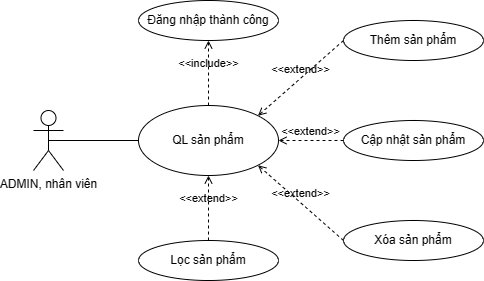
hieuNV0871/da keeps this draw.io diagram as UC/imgs/UC_QUANLYSANPHAM.drawio.png. Above is the earlier version. Source tidied: cells renumbered, new cells last; positions are measured from the earlier drawing's top-left corner, leaving out a move shared by most shapes. Source of this version:
```xml
<mxGraphModel>
  <root>
    <mxCell id="0" />
    <mxCell id="1" parent="0" />
    <mxCell id="2" value="ADMIN, nhân viên" style="shape=umlActor;verticalLabelPosition=bottom;verticalAlign=top;html=1;" parent="1" vertex="1">
      <mxGeometry y="110" width="30" height="60" as="geometry" />
    </mxCell>
    <mxCell id="3" value="QL sản phẩm" style="ellipse;whiteSpace=wrap;html=1;" parent="1" vertex="1">
      <mxGeometry x="105" y="105" width="140" height="70" as="geometry" />
    </mxCell>
    <mxCell id="4" value="Đăng nhập thành công" style="ellipse;whiteSpace=wrap;html=1;" parent="1" vertex="1">
      <mxGeometry x="105" width="140" height="40" as="geometry" />
    </mxCell>
    <mxCell id="5" value="Thêm sản phẩm" style="ellipse;whiteSpace=wrap;html=1;" parent="1" vertex="1">
      <mxGeometry x="310" y="20" width="140" height="40" as="geometry" />
    </mxCell>
    <mxCell id="6" value="Xóa sản phẩm" style="ellipse;whiteSpace=wrap;html=1;" parent="1" vertex="1">
      <mxGeometry x="310" y="220" width="140" height="40" as="geometry" />
    </mxCell>
    <mxCell id="7" value="Cập nhật sản phẩm" style="ellipse;whiteSpace=wrap;html=1;" parent="1" vertex="1">
      <mxGeometry x="310" y="120" width="140" height="40" as="geometry" />
    </mxCell>
    <mxCell id="8" value="&amp;lt;&amp;lt;extend&amp;gt;&amp;gt;" style="html=1;verticalAlign=bottom;labelBackgroundColor=none;endArrow=open;endFill=0;dashed=1;rounded=0;entryX=1;entryY=0;entryDx=0;entryDy=0;exitX=0;exitY=0.5;exitDx=0;exitDy=0;" parent="1" edge="1" source="5" target="3">
      <mxGeometry relative="1" as="geometry" />
    </mxCell>
    <mxCell id="9" value="&amp;lt;&amp;lt;extend&amp;gt;&amp;gt;" style="html=1;verticalAlign=bottom;labelBackgroundColor=none;endArrow=open;endFill=0;dashed=1;rounded=0;entryX=1;entryY=0.5;entryDx=0;entryDy=0;exitX=0;exitY=0.5;exitDx=0;exitDy=0;" parent="1" edge="1" source="7" target="3">
      <mxGeometry relative="1" as="geometry" />
    </mxCell>
    <mxCell id="10" value="&amp;lt;&amp;lt;extend&amp;gt;&amp;gt;" style="html=1;verticalAlign=bottom;labelBackgroundColor=none;endArrow=open;endFill=0;dashed=1;rounded=0;entryX=1;entryY=1;entryDx=0;entryDy=0;exitX=0;exitY=0.5;exitDx=0;exitDy=0;" parent="1" edge="1" source="6" target="3">
      <mxGeometry relative="1" as="geometry" />
    </mxCell>
    <mxCell id="11" value="&amp;lt;&amp;lt;include&amp;gt;&amp;gt;" style="html=1;verticalAlign=bottom;labelBackgroundColor=none;endArrow=open;endFill=0;dashed=1;rounded=0;exitX=0.5;exitY=0;exitDx=0;exitDy=0;entryX=0.5;entryY=1;entryDx=0;entryDy=0;" parent="1" edge="1" source="3" target="4">
      <mxGeometry relative="1" as="geometry" />
    </mxCell>
    <mxCell id="12" style="endArrow=none;html=1;rounded=0;exitX=0.5;exitY=0.5;exitDx=0;exitDy=0;exitPerimeter=0;entryX=0;entryY=0.5;entryDx=0;entryDy=0;" parent="1" edge="1" source="2" target="3">
      <mxGeometry relative="1" as="geometry" />
    </mxCell>
    <mxCell id="13" value="Lọc sản phẩm" style="ellipse;whiteSpace=wrap;html=1;" parent="1" vertex="1">
      <mxGeometry x="105" y="240" width="140" height="40" as="geometry" />
    </mxCell>
    <mxCell id="14" value="&amp;lt;&amp;lt;extend&amp;gt;&amp;gt;" style="html=1;verticalAlign=bottom;labelBackgroundColor=none;endArrow=open;endFill=0;dashed=1;rounded=0;entryX=0.5;entryY=1;entryDx=0;entryDy=0;exitX=0.5;exitY=0;exitDx=0;exitDy=0;" parent="1" edge="1" source="13" target="3">
      <mxGeometry relative="1" as="geometry" />
    </mxCell>
  </root>
</mxGraphModel>
```
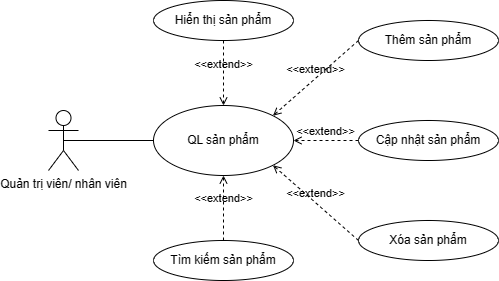
After the commit.

Change to the diagram source:
```diff
@@ -2,15 +2,12 @@
   <root>
     <mxCell id="0" />
     <mxCell id="1" parent="0" />
-    <mxCell id="2" value="ADMIN, nhân viên" style="shape=umlActor;verticalLabelPosition=bottom;verticalAlign=top;html=1;" parent="1" vertex="1">
+    <mxCell id="2" value="Quản trị viên/ nhân viên" style="shape=umlActor;verticalLabelPosition=bottom;verticalAlign=top;html=1;" parent="1" vertex="1">
       <mxGeometry y="110" width="30" height="60" as="geometry" />
     </mxCell>
     <mxCell id="3" value="QL sản phẩm" style="ellipse;whiteSpace=wrap;html=1;" parent="1" vertex="1">
       <mxGeometry x="105" y="105" width="140" height="70" as="geometry" />
     </mxCell>
-    <mxCell id="4" value="Đăng nhập thành công" style="ellipse;whiteSpace=wrap;html=1;" parent="1" vertex="1">
-      <mxGeometry x="105" width="140" height="40" as="geometry" />
-    </mxCell>
     <mxCell id="5" value="Thêm sản phẩm" style="ellipse;whiteSpace=wrap;html=1;" parent="1" vertex="1">
       <mxGeometry x="310" y="20" width="140" height="40" as="geometry" />
     </mxCell>
@@ -29,17 +26,20 @@
     <mxCell id="10" value="&amp;lt;&amp;lt;extend&amp;gt;&amp;gt;" style="html=1;verticalAlign=bottom;labelBackgroundColor=none;endArrow=open;endFill=0;dashed=1;rounded=0;entryX=1;entryY=1;entryDx=0;entryDy=0;exitX=0;exitY=0.5;exitDx=0;exitDy=0;" parent="1" edge="1" source="6" target="3">
       <mxGeometry relative="1" as="geometry" />
     </mxCell>
-    <mxCell id="11" value="&amp;lt;&amp;lt;include&amp;gt;&amp;gt;" style="html=1;verticalAlign=bottom;labelBackgroundColor=none;endArrow=open;endFill=0;dashed=1;rounded=0;exitX=0.5;exitY=0;exitDx=0;exitDy=0;entryX=0.5;entryY=1;entryDx=0;entryDy=0;" parent="1" edge="1" source="3" target="4">
-      <mxGeometry relative="1" as="geometry" />
-    </mxCell>
     <mxCell id="12" style="endArrow=none;html=1;rounded=0;exitX=0.5;exitY=0.5;exitDx=0;exitDy=0;exitPerimeter=0;entryX=0;entryY=0.5;entryDx=0;entryDy=0;" parent="1" edge="1" source="2" target="3">
       <mxGeometry relative="1" as="geometry" />
     </mxCell>
-    <mxCell id="13" value="Lọc sản phẩm" style="ellipse;whiteSpace=wrap;html=1;" parent="1" vertex="1">
+    <mxCell id="13" value="Tìm kiếm sản phẩm" style="ellipse;whiteSpace=wrap;html=1;" parent="1" vertex="1">
       <mxGeometry x="105" y="240" width="140" height="40" as="geometry" />
     </mxCell>
     <mxCell id="14" value="&amp;lt;&amp;lt;extend&amp;gt;&amp;gt;" style="html=1;verticalAlign=bottom;labelBackgroundColor=none;endArrow=open;endFill=0;dashed=1;rounded=0;entryX=0.5;entryY=1;entryDx=0;entryDy=0;exitX=0.5;exitY=0;exitDx=0;exitDy=0;" parent="1" edge="1" source="13" target="3">
       <mxGeometry relative="1" as="geometry" />
     </mxCell>
+    <mxCell id="15" value="Hiển thị sản phẩm" style="ellipse;whiteSpace=wrap;html=1;" parent="1" vertex="1">
+      <mxGeometry x="105" width="140" height="40" as="geometry" />
+    </mxCell>
+    <mxCell id="16" value="&amp;lt;&amp;lt;extend&amp;gt;&amp;gt;" style="html=1;verticalAlign=bottom;labelBackgroundColor=none;endArrow=open;endFill=0;dashed=1;rounded=0;entryX=0.5;entryY=0;entryDx=0;entryDy=0;exitX=0.5;exitY=1;exitDx=0;exitDy=0;" parent="1" edge="1" source="15" target="3">
+      <mxGeometry relative="1" as="geometry" />
+    </mxCell>
   </root>
 </mxGraphModel>
```
